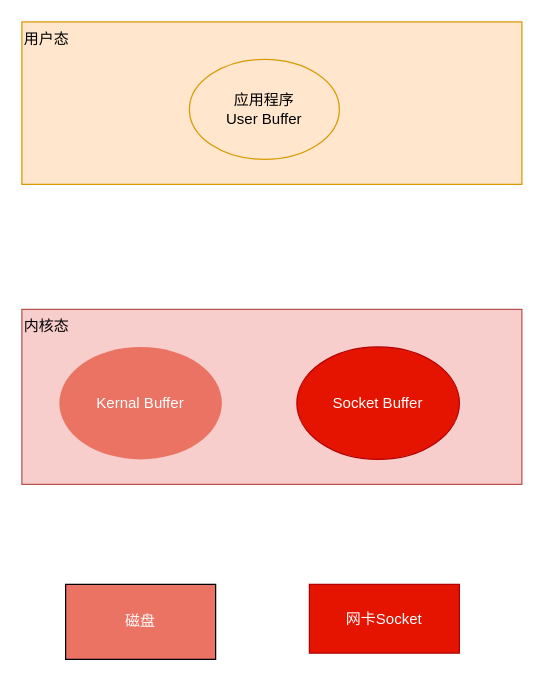
Above: 应用程序读写数据.drawio in ChengziMao/diagrams (draw.io), before the change. Source tidied: cells renumbered, new cells numbered last; positions are measured from the earlier drawing's top-left corner, leaving out a move shared by most shapes. Both pictures are drawn from the tidied source at 125%, with x=0, y=0 at pixel (21, 21).
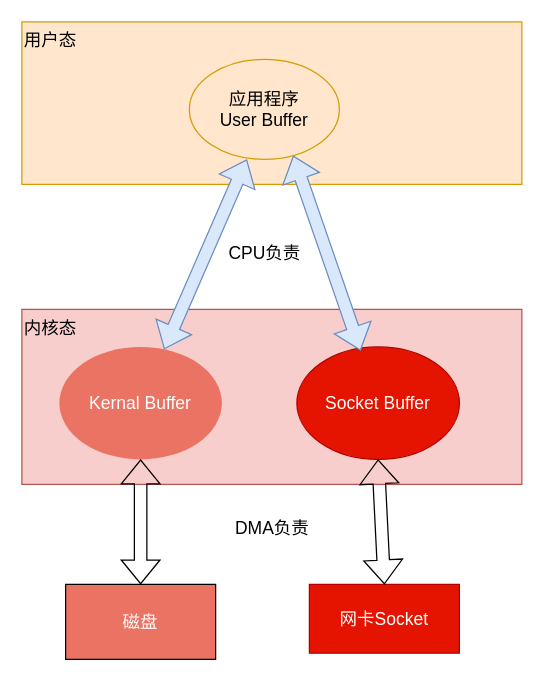
The same page after the edit.

Commit message (it also covers changes not shown here):
更新应用程序读写数据.drawio

The edit, as a diff of the source:
```diff
@@
 <mxGraphModel>
   <root>
     <mxCell id="0" />
     <mxCell id="1" parent="0" />
-    <mxCell id="2" value="用户态" style="rounded=0;whiteSpace=wrap;html=1;align=left;verticalAlign=top;fillColor=#ffe6cc;strokeColor=#d79b00;" parent="1" vertex="1">
+    <mxCell id="2" value="用户态" style="rounded=0;whiteSpace=wrap;html=1;align=left;verticalAlign=top;fillColor=#ffe6cc;strokeColor=#d79b00;fontSize=14;" parent="1" vertex="1">
       <mxGeometry width="400" height="130" as="geometry" />
     </mxCell>
-    <mxCell id="3" value="应用程序&lt;div&gt;User Buffer&lt;/div&gt;" style="ellipse;whiteSpace=wrap;html=1;fillColor=#ffe6cc;strokeColor=#d79b00;" parent="1" vertex="1">
+    <mxCell id="3" value="应用程序&lt;div&gt;User Buffer&lt;/div&gt;" style="ellipse;whiteSpace=wrap;html=1;fillColor=#ffe6cc;strokeColor=#d79b00;fontSize=14;" parent="1" vertex="1">
       <mxGeometry x="134" y="30" width="120" height="80" as="geometry" />
     </mxCell>
-    <mxCell id="4" value="内核态" style="rounded=0;whiteSpace=wrap;html=1;align=left;verticalAlign=top;fillColor=#f8cecc;strokeColor=#b85450;" parent="1" vertex="1">
+    <mxCell id="4" value="内核态" style="rounded=0;whiteSpace=wrap;html=1;align=left;verticalAlign=top;fillColor=#f8cecc;strokeColor=#b85450;fontSize=14;" parent="1" vertex="1">
       <mxGeometry y="230" width="400" height="140" as="geometry" />
     </mxCell>
-    <mxCell id="5" value="Kernal Buffer" style="ellipse;whiteSpace=wrap;html=1;fillColor=light-dark(#eb7363, #198cc4);fontColor=#ffffff;strokeColor=none;" parent="1" vertex="1">
+    <mxCell id="5" value="Kernal Buffer" style="ellipse;whiteSpace=wrap;html=1;fillColor=light-dark(#eb7363, #198cc4);fontColor=#ffffff;strokeColor=none;fontSize=14;" parent="1" vertex="1">
       <mxGeometry x="30" y="260" width="130" height="90" as="geometry" />
     </mxCell>
-    <mxCell id="6" value="Socket Buffer" style="ellipse;whiteSpace=wrap;html=1;fillColor=#e51400;fontColor=#ffffff;strokeColor=#B20000;" parent="1" vertex="1">
+    <mxCell id="6" value="Socket Buffer" style="ellipse;whiteSpace=wrap;html=1;fillColor=#e51400;fontColor=#ffffff;strokeColor=#B20000;fontSize=14;" parent="1" vertex="1">
       <mxGeometry x="220" y="260" width="130" height="90" as="geometry" />
     </mxCell>
-    <mxCell id="7" value="磁盘" style="rounded=0;whiteSpace=wrap;html=1;fillColor=light-dark(#eb7363, #198cc4);fontColor=light-dark(#fcfcfc, #ededed);" parent="1" vertex="1">
+    <mxCell id="7" value="磁盘" style="rounded=0;whiteSpace=wrap;html=1;fillColor=light-dark(#eb7363, #198cc4);fontColor=light-dark(#fcfcfc, #ededed);fontSize=14;" parent="1" vertex="1">
       <mxGeometry x="35" y="450" width="120" height="60" as="geometry" />
     </mxCell>
-    <mxCell id="8" value="网卡Socket" style="rounded=0;whiteSpace=wrap;html=1;fillColor=#e51400;fontColor=#ffffff;strokeColor=#B20000;" parent="1" vertex="1">
+    <mxCell id="8" value="网卡Socket" style="rounded=0;whiteSpace=wrap;html=1;fillColor=#e51400;fontColor=#ffffff;strokeColor=#B20000;fontSize=14;" parent="1" vertex="1">
       <mxGeometry x="230" y="450" width="120" height="55" as="geometry" />
     </mxCell>
+    <mxCell id="9" style="shape=flexArrow;endArrow=classic;startArrow=classic;html=1;rounded=0;fillColor=#dae8fc;strokeColor=#6c8ebf;fontSize=14;" parent="1" edge="1" source="5">
+      <mxGeometry relative="1" as="geometry">
+        <mxPoint x="180" y="110" as="targetPoint" />
+      </mxGeometry>
+    </mxCell>
+    <mxCell id="10" style="shape=flexArrow;endArrow=classic;startArrow=classic;html=1;rounded=0;entryX=0.692;entryY=0.963;entryDx=0;entryDy=0;entryPerimeter=0;exitX=0.392;exitY=0.033;exitDx=0;exitDy=0;exitPerimeter=0;fillColor=#dae8fc;strokeColor=#6c8ebf;fontSize=14;" parent="1" edge="1" source="6" target="3">
+      <mxGeometry relative="1" as="geometry" />
+    </mxCell>
+    <mxCell id="11" style="shape=flexArrow;endArrow=classic;startArrow=classic;html=1;rounded=0;exitX=0.5;exitY=0;exitDx=0;exitDy=0;fontSize=14;" parent="1" edge="1" source="7" target="5">
+      <mxGeometry relative="1" as="geometry" />
+    </mxCell>
+    <mxCell id="12" style="shape=flexArrow;endArrow=classic;startArrow=classic;html=1;rounded=0;entryX=0.5;entryY=1;entryDx=0;entryDy=0;exitX=0.5;exitY=0;exitDx=0;exitDy=0;fontSize=14;" parent="1" edge="1" source="8" target="6">
+      <mxGeometry relative="1" as="geometry" />
+    </mxCell>
+    <mxCell id="13" value="CPU负责" style="text;html=1;align=center;verticalAlign=middle;strokeColor=none;fillColor=none;fontSize=14;" parent="1" vertex="1">
+      <mxGeometry x="154" y="170" width="80" height="30" as="geometry" />
+    </mxCell>
+    <mxCell id="14" value="DMA负责" style="text;html=1;align=center;verticalAlign=middle;strokeColor=none;fillColor=none;fontSize=14;" parent="1" vertex="1">
+      <mxGeometry x="160" y="390" width="80" height="30" as="geometry" />
+    </mxCell>
   </root>
 </mxGraphModel>
```
